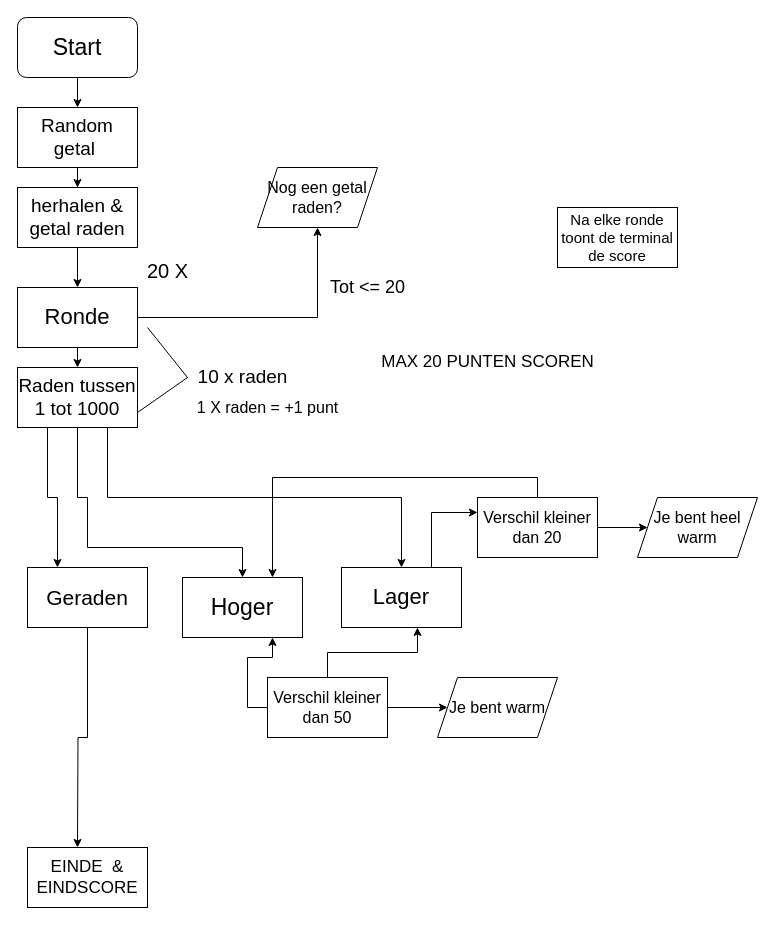
Before: Module 2/deel4/flowchart.drawio in mustafadrr32/leren-programmeren, a draw.io diagram. Source tidied: cells renumbered, new cells numbered last; positions are measured from the earlier drawing's top-left corner, leaving out a move shared by most shapes. Both pictures are drawn from the tidied source at 100%, with x=0, y=0 at pixel (17, 17).
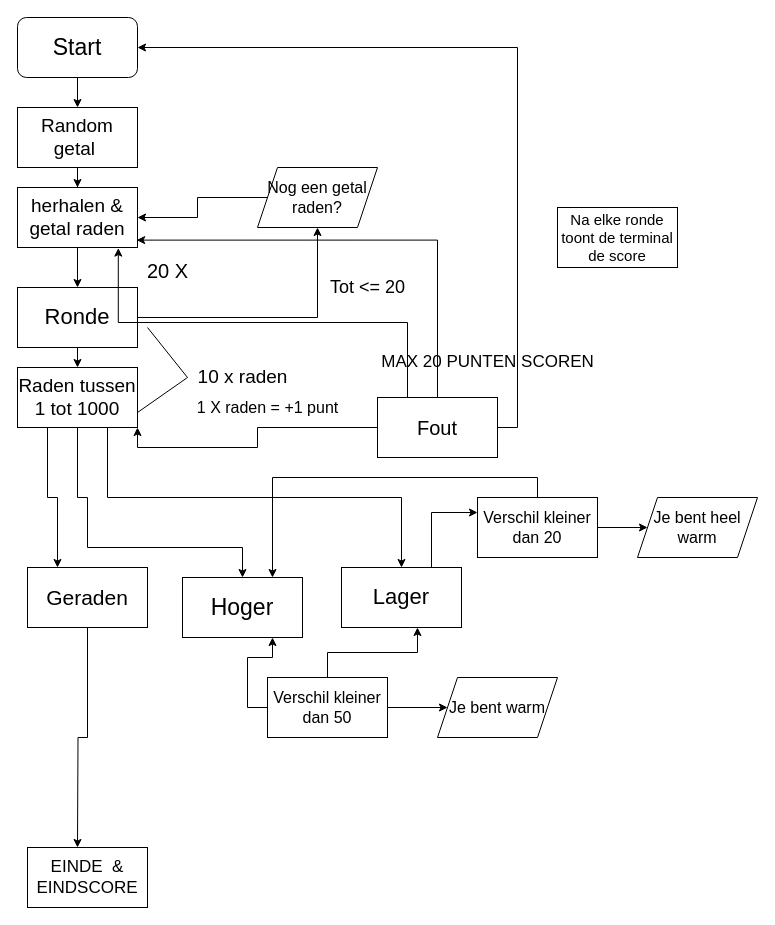
The same page after the edit.

The change refers to these unchanged cells:
```xml
<mxCell id="3" style="rounded=1;whiteSpace=wrap;html=1;" parent="1" vertex="1">
  <mxGeometry width="120" height="60" as="geometry" />
</mxCell>
<mxCell id="7" value="&lt;font style=&quot;font-size: 19px;&quot;&gt;herhalen &amp;amp; getal raden&lt;/font&gt;" style="rounded=0;whiteSpace=wrap;html=1;" parent="1" vertex="1">
  <mxGeometry y="170" width="120" height="60" as="geometry" />
</mxCell>
<mxCell id="17" value="&lt;font style=&quot;font-size: 19px;&quot;&gt;Raden tussen 1 tot 1000&lt;/font&gt;" style="rounded=0;whiteSpace=wrap;html=1;" parent="1" vertex="1">
  <mxGeometry y="350" width="120" height="60" as="geometry" />
</mxCell>
<mxCell id="37" value="&lt;font style=&quot;font-size: 16px;&quot;&gt;Nog een getal raden?&lt;/font&gt;" style="shape=parallelogram;perimeter=parallelogramPerimeter;whiteSpace=wrap;html=1;fixedSize=1;" parent="1" vertex="1">
  <mxGeometry x="240" y="150" width="120" height="60" as="geometry" />
</mxCell>
```

Change to the diagram source:
```diff
@@
+    <mxCell id="40" style="edgeStyle=orthogonalEdgeStyle;rounded=0;jettySize=auto;html=1;entryX=1;entryY=0.5;entryDx=0;entryDy=0;" parent="1" edge="1" source="37" target="7">
+      <mxGeometry relative="1" as="geometry" />
+    </mxCell>
@@
+    <mxCell id="41" style="edgeStyle=orthogonalEdgeStyle;rounded=0;jettySize=auto;html=1;entryX=1;entryY=1;entryDx=0;entryDy=0;" parent="1" edge="1" source="44" target="17">
+      <mxGeometry relative="1" as="geometry" />
+    </mxCell>
+    <mxCell id="42" style="edgeStyle=orthogonalEdgeStyle;rounded=0;jettySize=auto;html=1;exitX=1;exitY=0.5;exitDx=0;exitDy=0;entryX=1;entryY=0.5;entryDx=0;entryDy=0;" parent="1" edge="1" source="44" target="3">
+      <mxGeometry relative="1" as="geometry" />
+    </mxCell>
+    <mxCell id="43" style="edgeStyle=orthogonalEdgeStyle;rounded=0;jettySize=auto;html=1;exitX=0.25;exitY=0;exitDx=0;exitDy=0;entryX=0.84;entryY=1.01;entryDx=0;entryDy=0;entryPerimeter=0;" parent="1" edge="1" source="44" target="7">
+      <mxGeometry relative="1" as="geometry" />
+    </mxCell>
+    <mxCell id="44" value="&lt;font style=&quot;font-size: 20px;&quot;&gt;Fout&lt;/font&gt;" style="rounded=0;whiteSpace=wrap;html=1;" parent="1" vertex="1">
+      <mxGeometry x="360" y="380" width="120" height="60" as="geometry" />
+    </mxCell>
+    <mxCell id="45" style="edgeStyle=orthogonalEdgeStyle;rounded=0;jettySize=auto;html=1;exitX=0.5;exitY=0;exitDx=0;exitDy=0;entryX=0.993;entryY=0.877;entryDx=0;entryDy=0;entryPerimeter=0;" parent="1" edge="1" source="44" target="7">
+      <mxGeometry relative="1" as="geometry" />
+    </mxCell>
```
